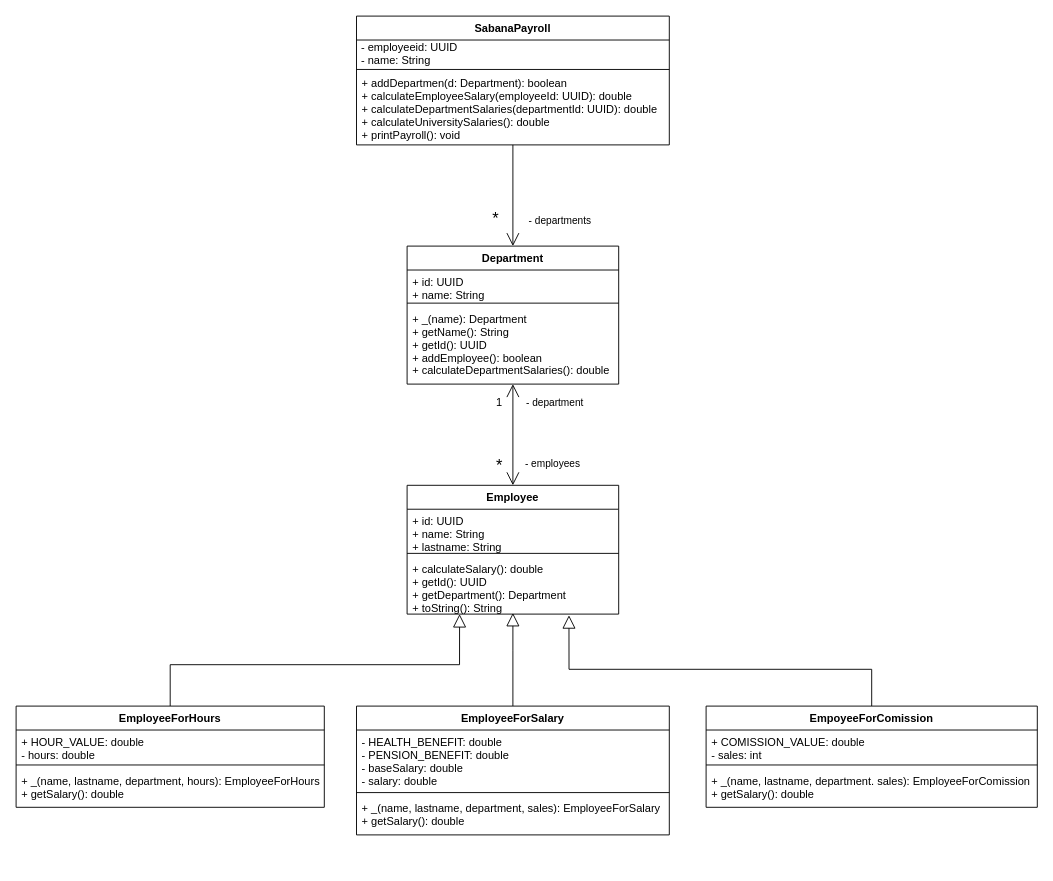
This is diagrams/sabanapayroll-class-diagram.drawio from Sprastrum/MUNOZ-SANTOS-SABANA-POOB-2021-1-LAB-INHERITANCE, a draw.io file, before an edit. Source tidied: cells renumbered, new cells numbered last; positions are measured from the earlier drawing's top-left corner, leaving out a move shared by most shapes. Both pictures are drawn from the tidied source at 92%, with x=0, y=0 at pixel (16, 16).
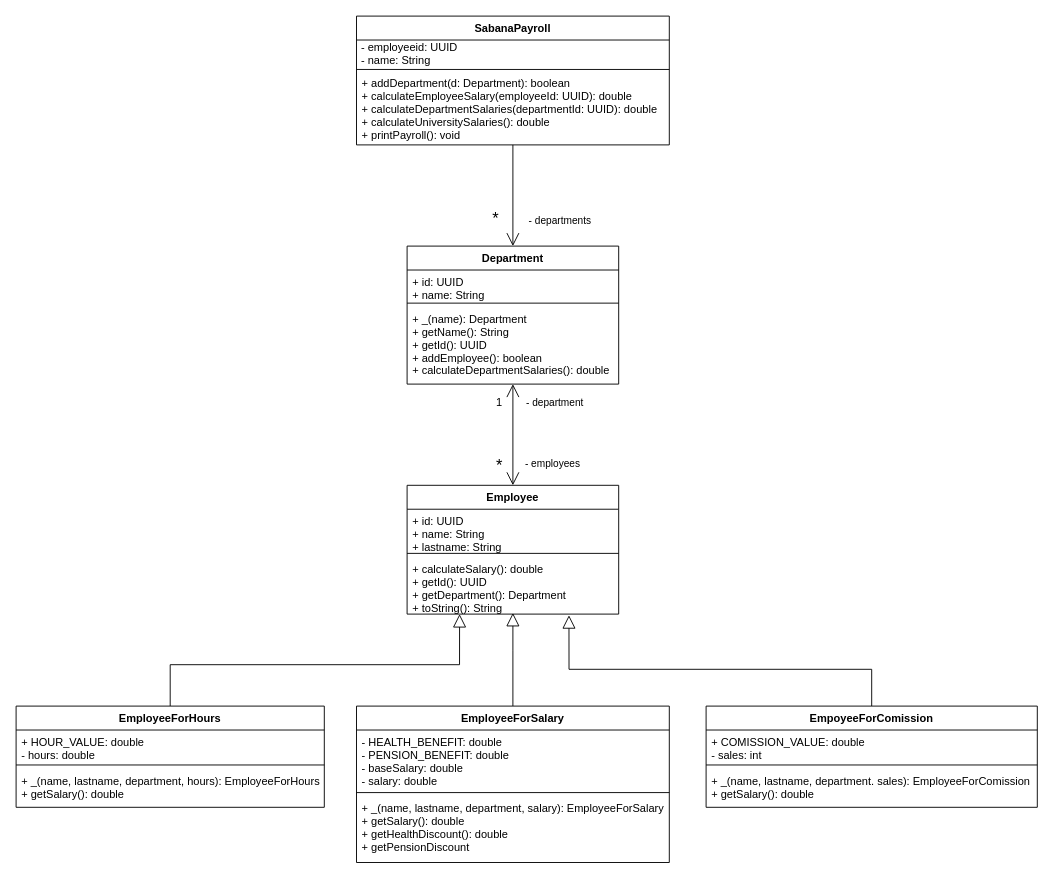
The same diagram, later.

Unchanged cells that the change refers to:
```xml
<mxCell id="5" value="SabanaPayroll" style="swimlane;fontStyle=1;align=center;verticalAlign=top;horizontal=1;startSize=26;" parent="1" vertex="1">
  <mxGeometry x="370" width="340" height="140" as="geometry" />
</mxCell>
```

Diff of the diagram source:
```diff
@@
-    <mxCell id="8" value="+ addDepartmen(d: Department): boolean&#10;+ calculateEmployeeSalary(employeeId: UUID): double&#10;+ calculateDepartmentSalaries(departmentId: UUID): double&#10;+ calculateUniversitySalaries(): double&#10;+ printPayroll(): void" style="text;strokeColor=none;fillColor=none;align=left;verticalAlign=top;spacingLeft=4;spacingRight=4;overflow=hidden;" parent="5" vertex="1">
+    <mxCell id="8" value="+ addDepartment(d: Department): boolean&#10;+ calculateEmployeeSalary(employeeId: UUID): double&#10;+ calculateDepartmentSalaries(departmentId: UUID): double&#10;+ calculateUniversitySalaries(): double&#10;+ printPayroll(): void" style="text;strokeColor=none;fillColor=none;align=left;verticalAlign=top;spacingLeft=4;spacingRight=4;overflow=hidden;" parent="5" vertex="1">
       <mxGeometry y="60" width="340" height="80" as="geometry" />
     </mxCell>
@@
     <mxCell id="26" value="EmployeeForSalary" style="swimlane;fontStyle=1;align=center;verticalAlign=top;horizontal=1;startSize=26;" parent="1" vertex="1">
-      <mxGeometry x="370" y="750" width="340" height="140" as="geometry" />
+      <mxGeometry x="370" y="750" width="340" height="170" as="geometry" />
     </mxCell>
@@
-    <mxCell id="29" value="+ _(name, lastname, department, sales): EmployeeForSalary&#10;+ getSalary(): double" style="text;strokeColor=none;fillColor=none;align=left;verticalAlign=top;spacingLeft=4;spacingRight=4;overflow=hidden;" parent="26" vertex="1">
-      <mxGeometry y="98" width="340" height="42" as="geometry" />
+    <mxCell id="29" value="+ _(name, lastname, department, salary): EmployeeForSalary&#10;+ getSalary(): double&#10;+ getHealthDiscount(): double&#10;+ getPensionDiscount" style="text;strokeColor=none;fillColor=none;align=left;verticalAlign=top;spacingLeft=4;spacingRight=4;overflow=hidden;" parent="26" vertex="1">
+      <mxGeometry y="98" width="340" height="72" as="geometry" />
     </mxCell>
```
